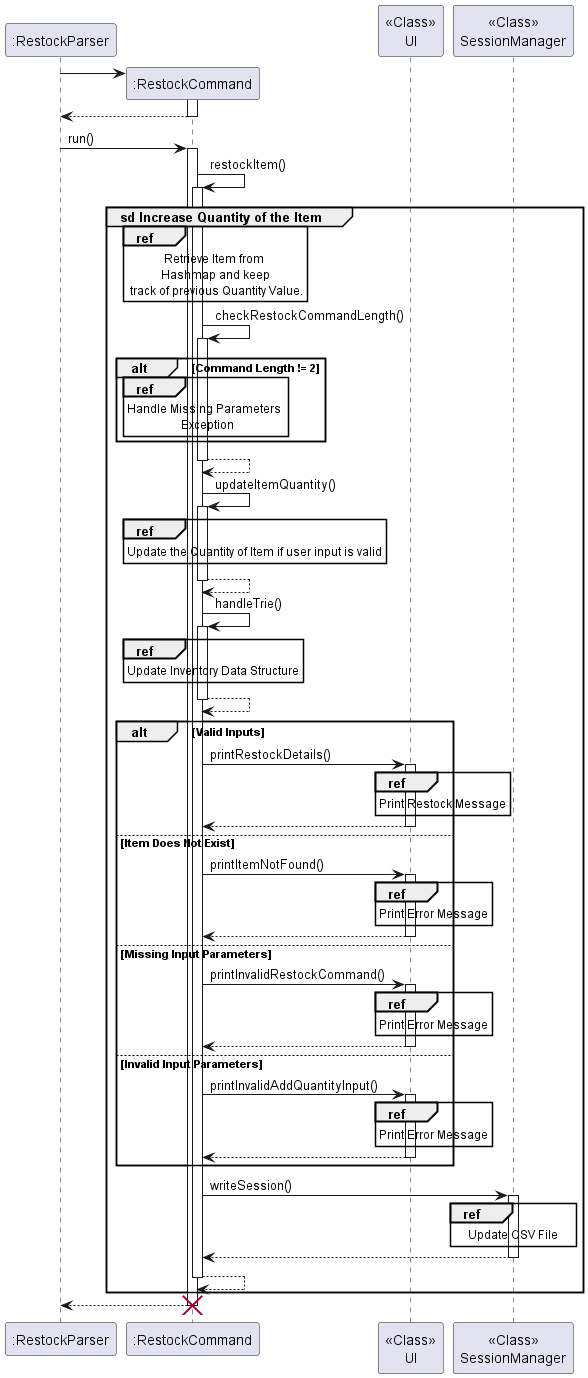
Before: docs/UML/Restock/RestockCommand.png, a diagram exported from PlantUML (nus-cs2113-AY2223S2/tp).
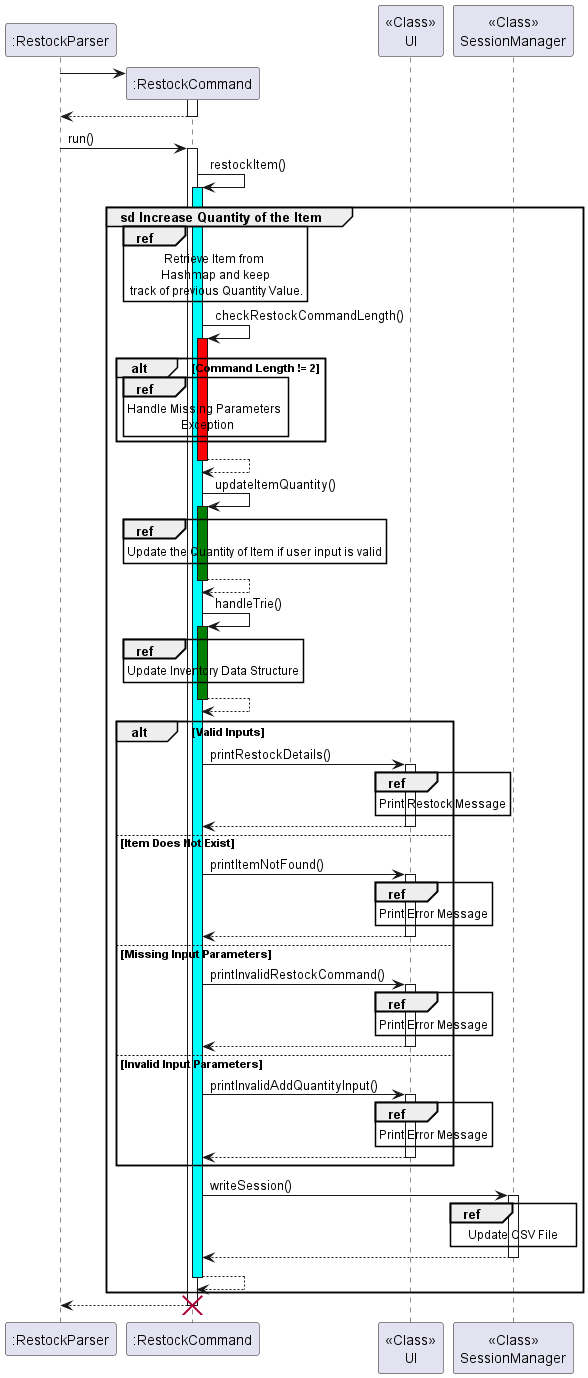
Above is the later version.

Change to the diagram source:
```diff
@@ -9,10 +9,10 @@
 activate ":RestockCommand"
 ":RestockCommand"->":RestockCommand": restockItem()
 group sd Increase Quantity of the Item
-activate ":RestockCommand"
+activate ":RestockCommand" #Cyan
 ref over ":RestockCommand": Retrieve Item from \n Hashmap and keep \n track of previous Quantity Value.
 ":RestockCommand" -> ":RestockCommand": checkRestockCommandLength()
-activate ":RestockCommand"
+activate ":RestockCommand" #Red
 
 alt Command Length != 2
 ref over ":RestockCommand": Handle Missing Parameters \n Exception
@@ -23,7 +23,7 @@
 ":RestockCommand" --> ":RestockCommand"
 deactivate ":RestockCommand"
 ":RestockCommand" -> ":RestockCommand": updateItemQuantity()
-activate ":RestockCommand"
+activate ":RestockCommand" #Green
 
 
 ref over ":RestockCommand"
@@ -36,7 +36,7 @@
 
 
 ":RestockCommand"->":RestockCommand": handleTrie()
-activate ":RestockCommand"
+activate ":RestockCommand" #Green
 ref over ":RestockCommand": Update Inventory Data Structure
 ":RestockCommand"-->":RestockCommand"
 deactivate ":RestockCommand"
```
